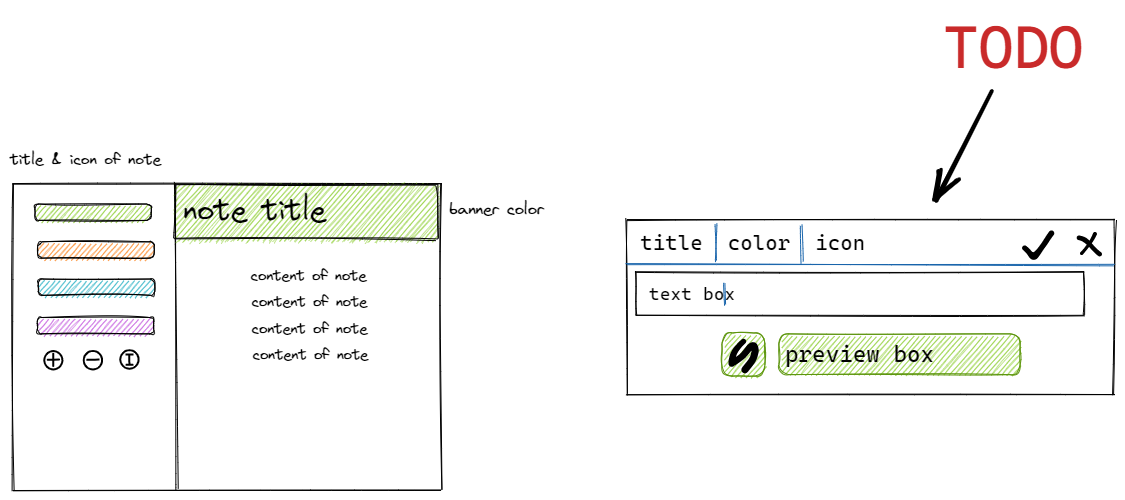
Above: assets/idea/idea.excalidraw.png in jonahh1/quick-jots (Excalidraw), before the change. Source tidied: one line per element, renumbered; positions are measured from the earlier drawing's top-left corner, leaving out a move shared by most shapes.
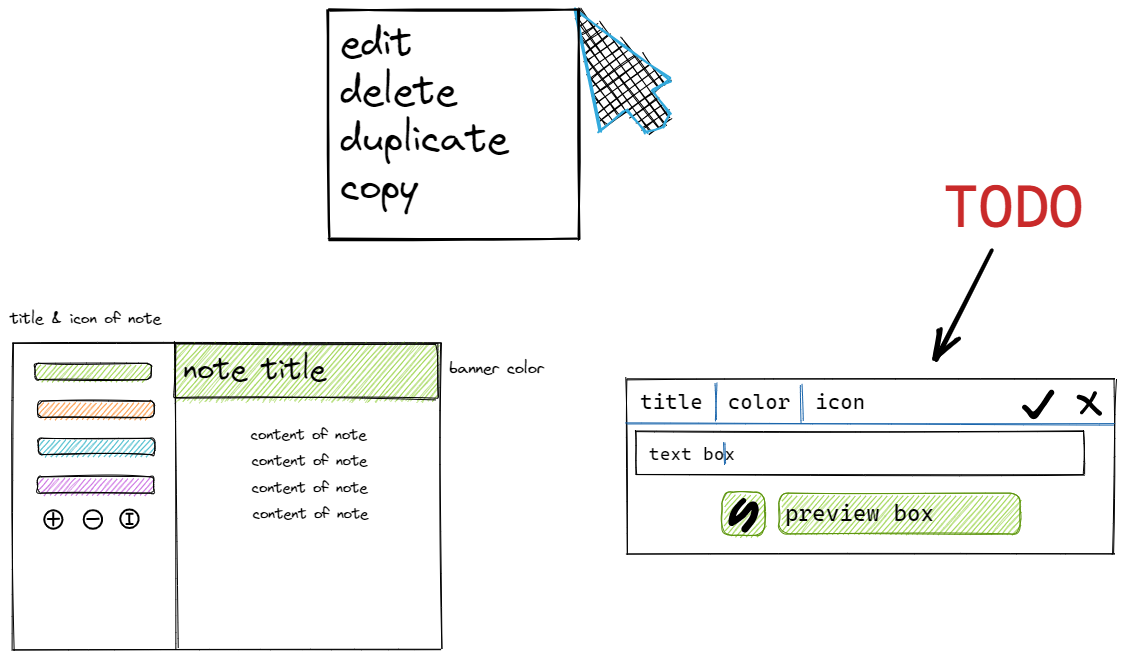
After the change.

Change to the diagram source:
```diff
@@ -38,3 +38,6 @@
 {"id": 37, "type": "text", "text": "TODO", "strokeColor": "#c92a2a", "backgroundColor": "#82c91e", "fillStyle": "hachure", "strokeWidth": 1, "roughness": 1, "fontSize": 59.79, "fontFamily": 3, "x": 933, "y": 0, "width": 141, "height": 72}
 {"id": 38, "type": "arrow", "strokeColor": "#000000", "backgroundColor": "#82c91e", "fillStyle": "hachure", "strokeWidth": 4, "roughness": 1, "endArrowhead": "arrow", "from": 37, "to": 22, "x": 981, "y": 82, "width": 56, "height": 108, "points": [[0, 0], [-56, 108]]}
 {"id": 39, "type": "text", "text": "banner color", "strokeColor": "#000000", "backgroundColor": "#82c91e", "fillStyle": "hachure", "strokeWidth": 4, "roughness": 1, "fontSize": 16, "fontFamily": 1, "x": 439, "y": 190, "width": 95, "height": 21}
+{"id": 40, "type": "line", "strokeColor": "#3ad", "angle": 0.23, "backgroundColor": "#000", "fillStyle": "cross-hatch", "strokeWidth": 2, "roughness": 1, "x": 551, "y": -148, "width": 115, "height": 113, "points": [[0, 0], [52, 113], [71, 87], [97, 103], [112, 94], [115, 81], [94, 61], [108, 46], [0, 0]]}
+{"id": 41, "type": "rectangle", "strokeColor": "#000000", "strokeWidth": 2, "roughness": 1, "x": 319, "y": -159, "width": 249, "height": 229}
+{"id": 42, "type": "text", "text": "edit\ndelete\nduplicate\ncopy", "strokeColor": "#000000", "strokeWidth": 2, "roughness": 1, "fontSize": 38.24, "fontFamily": 1, "x": 330, "y": -148, "width": 168, "height": 191}
```
